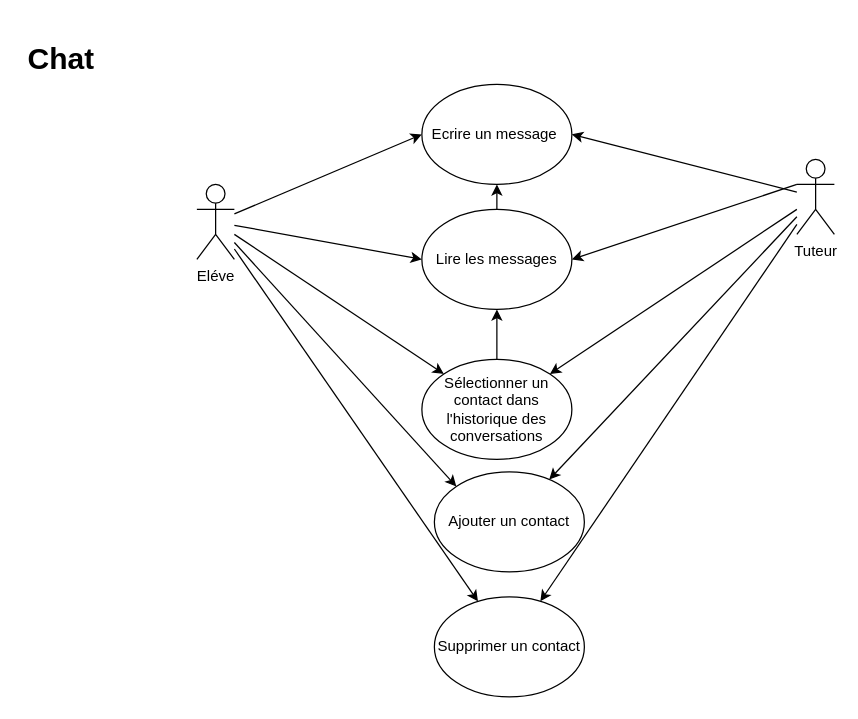
Earlier version of the draw.io diagram page "Chat" (4 of 6) of P10Uml.drawio (tetyanachouteau/P10LHome). Source tidied: cells renumbered, new cells numbered last; positions are measured from the earlier drawing's top-left corner, leaving out a move shared by most shapes. Both pictures are drawn from the tidied source at 125%, with x=0, y=0 at pixel (21, 34).
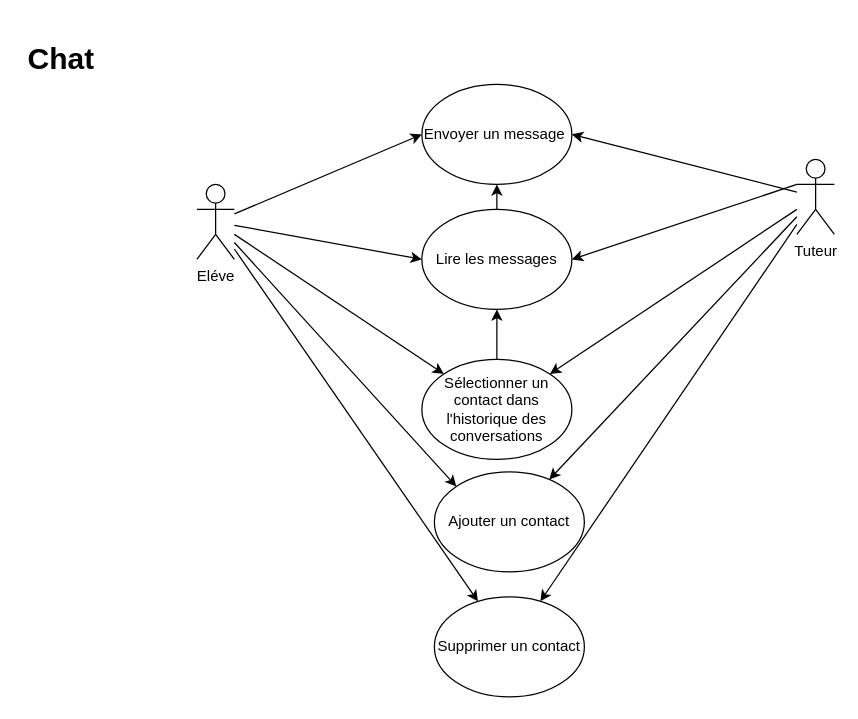
After the change.

Change to the diagram source:
```diff
@@
-    <mxCell id="16" value="Ecrire un message&amp;nbsp;" style="ellipse;whiteSpace=wrap;html=1;" parent="1" vertex="1">
+    <mxCell id="16" value="Envoyer un message&amp;nbsp;" style="ellipse;whiteSpace=wrap;html=1;" parent="1" vertex="1">
       <mxGeometry x="320" y="40" width="120" height="80" as="geometry" />
     </mxCell>
```
